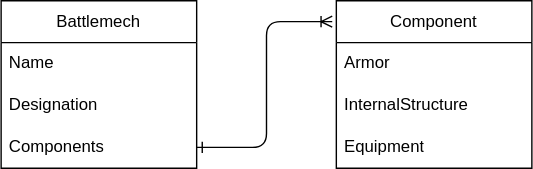
Before: diagrams/battlemech.drawio.svg, a diagram exported from draw.io (Jake-Hardy/battletech-api). Source tidied: cells renumbered, new cells last; positions are measured from the earlier drawing's top-left corner, leaving out a move shared by most shapes. The source it was exported from:
```xml
<mxGraphModel>
  <root>
    <mxCell id="0" />
    <mxCell id="1" parent="0" />
    <mxCell id="2" value="Battlemech" style="swimlane;fontStyle=0;horizontal=1;startSize=30;whiteSpace=wrap;html=1;" parent="1" vertex="1">
      <mxGeometry width="140" height="120" as="geometry" />
    </mxCell>
    <mxCell id="3" value="Name" style="text;strokeColor=none;fillColor=none;align=left;verticalAlign=middle;spacingLeft=4;spacingRight=4;overflow=hidden;whiteSpace=wrap;html=1;" parent="2" vertex="1">
      <mxGeometry y="30" width="140" height="30" as="geometry" />
    </mxCell>
    <mxCell id="4" value="Designation" style="text;strokeColor=none;fillColor=none;align=left;verticalAlign=middle;spacingLeft=4;spacingRight=4;overflow=hidden;whiteSpace=wrap;html=1;" parent="2" vertex="1">
      <mxGeometry y="60" width="140" height="30" as="geometry" />
    </mxCell>
    <mxCell id="5" value="Components" style="text;strokeColor=none;fillColor=none;align=left;verticalAlign=middle;spacingLeft=4;spacingRight=4;overflow=hidden;points=[[0,0.5],[1,0.5]];portConstraint=eastwest;whiteSpace=wrap;html=1;" parent="2" vertex="1">
      <mxGeometry y="90" width="140" height="30" as="geometry" />
    </mxCell>
    <mxCell id="6" value="Component" style="swimlane;fontStyle=0;horizontal=1;startSize=30;whiteSpace=wrap;html=1;" parent="1" vertex="1">
      <mxGeometry x="240" width="140" height="120" as="geometry" />
    </mxCell>
    <mxCell id="7" value="Armor" style="text;strokeColor=none;fillColor=none;align=left;verticalAlign=middle;spacingLeft=4;spacingRight=4;overflow=hidden;whiteSpace=wrap;html=1;" parent="6" vertex="1">
      <mxGeometry y="30" width="140" height="30" as="geometry" />
    </mxCell>
    <mxCell id="8" value="InternalStructure" style="text;strokeColor=none;fillColor=none;align=left;verticalAlign=middle;spacingLeft=4;spacingRight=4;overflow=hidden;whiteSpace=wrap;html=1;" parent="6" vertex="1">
      <mxGeometry y="60" width="140" height="30" as="geometry" />
    </mxCell>
    <mxCell id="9" value="Equipment" style="text;strokeColor=none;fillColor=none;align=left;verticalAlign=middle;spacingLeft=4;spacingRight=4;overflow=hidden;whiteSpace=wrap;html=1;" parent="6" vertex="1">
      <mxGeometry y="90" width="140" height="30" as="geometry" />
    </mxCell>
    <mxCell id="10" style="edgeStyle=orthogonalEdgeStyle;html=1;exitX=1;exitY=0.5;exitDx=0;exitDy=0;entryX=-0.021;entryY=0.125;entryDx=0;entryDy=0;entryPerimeter=0;endArrow=ERoneToMany;endFill=0;startArrow=ERone;startFill=0;" parent="1" edge="1" source="5" target="6">
      <mxGeometry relative="1" as="geometry" />
    </mxCell>
  </root>
</mxGraphModel>
```
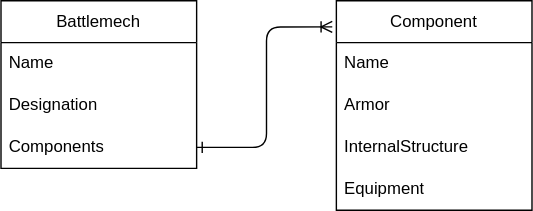
Above is the later version.

What changed in the source:
```diff
@@ -15,16 +15,19 @@
       <mxGeometry y="90" width="140" height="30" as="geometry" />
     </mxCell>
     <mxCell id="6" value="Component" style="swimlane;fontStyle=0;horizontal=1;startSize=30;whiteSpace=wrap;html=1;" parent="1" vertex="1">
-      <mxGeometry x="240" width="140" height="120" as="geometry" />
+      <mxGeometry x="240" width="140" height="150" as="geometry" />
     </mxCell>
+    <mxCell id="11" value="Name" style="text;strokeColor=none;fillColor=none;align=left;verticalAlign=middle;spacingLeft=4;spacingRight=4;overflow=hidden;whiteSpace=wrap;html=1;" parent="6" vertex="1">
+      <mxGeometry y="30" width="140" height="30" as="geometry" />
+    </mxCell>
     <mxCell id="7" value="Armor" style="text;strokeColor=none;fillColor=none;align=left;verticalAlign=middle;spacingLeft=4;spacingRight=4;overflow=hidden;whiteSpace=wrap;html=1;" parent="6" vertex="1">
-      <mxGeometry y="30" width="140" height="30" as="geometry" />
+      <mxGeometry y="60" width="140" height="30" as="geometry" />
     </mxCell>
     <mxCell id="8" value="InternalStructure" style="text;strokeColor=none;fillColor=none;align=left;verticalAlign=middle;spacingLeft=4;spacingRight=4;overflow=hidden;whiteSpace=wrap;html=1;" parent="6" vertex="1">
-      <mxGeometry y="60" width="140" height="30" as="geometry" />
+      <mxGeometry y="90" width="140" height="30" as="geometry" />
     </mxCell>
     <mxCell id="9" value="Equipment" style="text;strokeColor=none;fillColor=none;align=left;verticalAlign=middle;spacingLeft=4;spacingRight=4;overflow=hidden;whiteSpace=wrap;html=1;" parent="6" vertex="1">
-      <mxGeometry y="90" width="140" height="30" as="geometry" />
+      <mxGeometry y="120" width="140" height="30" as="geometry" />
     </mxCell>
     <mxCell id="10" style="edgeStyle=orthogonalEdgeStyle;html=1;exitX=1;exitY=0.5;exitDx=0;exitDy=0;entryX=-0.021;entryY=0.125;entryDx=0;entryDy=0;entryPerimeter=0;endArrow=ERoneToMany;endFill=0;startArrow=ERone;startFill=0;" parent="1" edge="1" source="5" target="6">
       <mxGeometry relative="1" as="geometry" />
```
